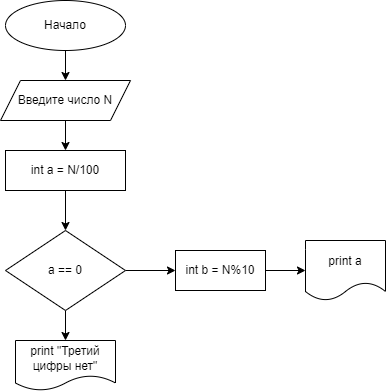
This is Homework_002/diagram.drawio.png from GnezdilovaVO/Seminar-3.2.Homework, a draw.io export, as it was before one commit. Source tidied: cells renumbered, new cells last; positions are measured from the earlier drawing's top-left corner, leaving out a move shared by most shapes.
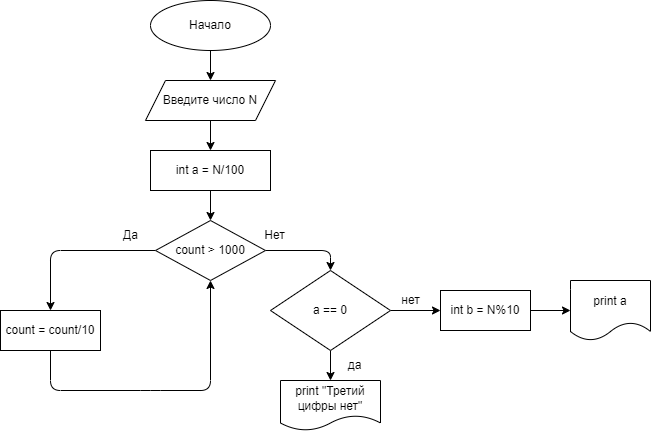
After the change.

Commit message:
Исправила решение задачи 2

Change to the diagram source:
```diff
@@ -6,13 +6,13 @@
       <mxGeometry relative="1" as="geometry" />
     </mxCell>
     <mxCell id="3" value="Начало" style="ellipse;whiteSpace=wrap;html=1;" parent="1" vertex="1">
-      <mxGeometry x="5" width="120" height="50" as="geometry" />
+      <mxGeometry x="-115" y="-40" width="120" height="50" as="geometry" />
     </mxCell>
     <mxCell id="4" style="edgeStyle=none;html=1;" parent="1" edge="1" source="5" target="10">
       <mxGeometry relative="1" as="geometry" />
     </mxCell>
     <mxCell id="5" value="Введите число N" style="shape=parallelogram;perimeter=parallelogramPerimeter;whiteSpace=wrap;html=1;fixedSize=1;" parent="1" vertex="1">
-      <mxGeometry y="80" width="130" height="40" as="geometry" />
+      <mxGeometry x="-120" y="40" width="130" height="40" as="geometry" />
     </mxCell>
     <mxCell id="6" style="edgeStyle=none;html=1;" parent="1" edge="1" source="8" target="11">
       <mxGeometry relative="1" as="geometry" />
@@ -23,11 +23,11 @@
     <mxCell id="8" value="a == 0" style="rhombus;whiteSpace=wrap;html=1;" parent="1" vertex="1">
       <mxGeometry x="5" y="230" width="120" height="80" as="geometry" />
     </mxCell>
-    <mxCell id="9" style="edgeStyle=none;html=1;" parent="1" edge="1" source="10" target="8">
-      <mxGeometry relative="1" as="geometry" />
-    </mxCell>
+    <mxCell id="15" style="edgeStyle=none;html=1;" parent="1" edge="1" source="10" target="20">
+      <mxGeometry relative="1" as="geometry" />
+    </mxCell>
     <mxCell id="10" value="int a = N/100" style="rounded=0;whiteSpace=wrap;html=1;" parent="1" vertex="1">
-      <mxGeometry x="5" y="150" width="120" height="40" as="geometry" />
+      <mxGeometry x="-115" y="110" width="120" height="40" as="geometry" />
     </mxCell>
     <mxCell id="11" value="print &quot;Третий цифры нет&quot;" style="shape=document;whiteSpace=wrap;html=1;boundedLbl=1;" parent="1" vertex="1">
       <mxGeometry x="15" y="340" width="100" height="50" as="geometry" />
@@ -41,5 +41,46 @@
     <mxCell id="14" value="int b = N%10" style="rounded=0;whiteSpace=wrap;html=1;" parent="1" vertex="1">
       <mxGeometry x="175" y="250" width="90" height="40" as="geometry" />
     </mxCell>
+    <mxCell id="16" value="да" style="text;html=1;align=center;verticalAlign=middle;strokeColor=none;fillColor=none;" parent="1" vertex="1">
+      <mxGeometry x="69" y="310" width="40" height="30" as="geometry" />
+    </mxCell>
+    <mxCell id="17" value="нет" style="text;html=1;align=center;verticalAlign=middle;strokeColor=none;fillColor=none;" parent="1" vertex="1">
+      <mxGeometry x="125" y="245" width="40" height="30" as="geometry" />
+    </mxCell>
+    <mxCell id="18" style="edgeStyle=none;html=1;" parent="1" edge="1" source="20" target="22">
+      <mxGeometry relative="1" as="geometry">
+        <Array as="points">
+          <mxPoint x="-215" y="210" />
+        </Array>
+      </mxGeometry>
+    </mxCell>
+    <mxCell id="19" style="edgeStyle=none;html=1;entryX=0.5;entryY=0;entryDx=0;entryDy=0;" parent="1" edge="1" source="20" target="8">
+      <mxGeometry relative="1" as="geometry">
+        <Array as="points">
+          <mxPoint x="65" y="210" />
+        </Array>
+      </mxGeometry>
+    </mxCell>
+    <mxCell id="20" value="count &amp;gt; 1000" style="rhombus;whiteSpace=wrap;html=1;" parent="1" vertex="1">
+      <mxGeometry x="-110" y="180" width="110" height="60" as="geometry" />
+    </mxCell>
+    <mxCell id="21" style="edgeStyle=none;html=1;entryX=0.5;entryY=1;entryDx=0;entryDy=0;" parent="1" edge="1" source="22" target="20">
+      <mxGeometry relative="1" as="geometry">
+        <Array as="points">
+          <mxPoint x="-215" y="350" />
+          <mxPoint x="-115" y="350" />
+          <mxPoint x="-55" y="350" />
+        </Array>
+      </mxGeometry>
+    </mxCell>
+    <mxCell id="22" value="count = count/10" style="rounded=0;whiteSpace=wrap;html=1;" parent="1" vertex="1">
+      <mxGeometry x="-265" y="270" width="100" height="40" as="geometry" />
+    </mxCell>
+    <mxCell id="23" value="Да" style="text;html=1;align=center;verticalAlign=middle;strokeColor=none;fillColor=none;" parent="1" vertex="1">
+      <mxGeometry x="-155" y="180" width="40" height="30" as="geometry" />
+    </mxCell>
+    <mxCell id="24" value="Нет" style="text;html=1;align=center;verticalAlign=middle;strokeColor=none;fillColor=none;" parent="1" vertex="1">
+      <mxGeometry x="-11" y="180" width="40" height="30" as="geometry" />
+    </mxCell>
   </root>
 </mxGraphModel>
```
